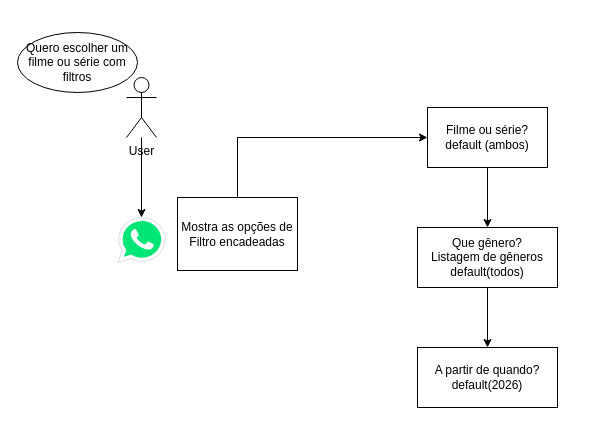
Before: movieChooser.drawio in IvanCCO/MovieChooser, a draw.io diagram. Source tidied: cells renumbered, new cells numbered last; positions are measured from the earlier drawing's top-left corner, leaving out a move shared by most shapes. Both pictures are drawn from the tidied source at 100%, with x=0, y=0 at pixel (17, 32).
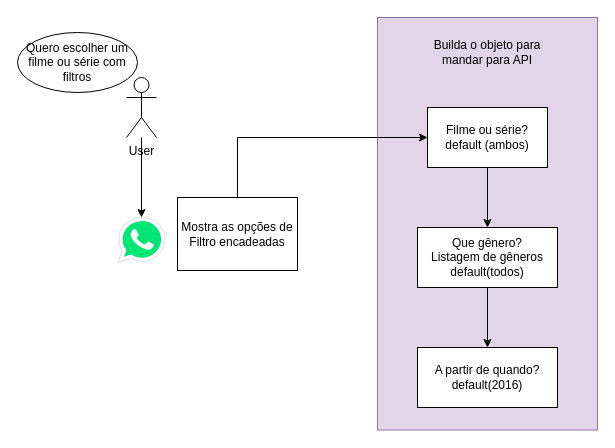
The same diagram, later.

What changed in the source:
```diff
@@
 <mxGraphModel>
   <root>
     <mxCell id="0" />
     <mxCell id="1" parent="0" />
+    <mxCell id="13" style="rounded=0;whiteSpace=wrap;html=1;imageAspect=1;fillColor=#e1d5e7;strokeColor=#9673a6;" parent="1" vertex="1">
+      <mxGeometry x="360" y="-15" width="220" height="412.5" as="geometry" />
+    </mxCell>
     <mxCell id="2" style="edgeStyle=orthogonalEdgeStyle;rounded=0;jettySize=auto;html=1;" parent="1" edge="1" source="3" target="4">
       <mxGeometry relative="1" as="geometry" />
     </mxCell>
     <mxCell id="3" value="&lt;div&gt;User&lt;/div&gt;" style="shape=umlActor;verticalLabelPosition=bottom;verticalAlign=top;html=1;" parent="1" vertex="1">
       <mxGeometry x="109" y="45" width="30" height="60" as="geometry" />
     </mxCell>
     <mxCell id="4" style="dashed=0;outlineConnect=0;html=1;align=center;labelPosition=center;verticalLabelPosition=bottom;verticalAlign=top;shape=mxgraph.weblogos.whatsapp;fillColor=#00E676;strokeColor=#dddddd;" parent="1" vertex="1">
       <mxGeometry x="100.4" y="185" width="47.2" height="45" as="geometry" />
     </mxCell>
     <mxCell id="5" value="Quero escolher um filme ou série com filtros" style="ellipse;whiteSpace=wrap;html=1;" parent="1" vertex="1">
       <mxGeometry width="120" height="60" as="geometry" />
     </mxCell>
     <mxCell id="6" style="edgeStyle=orthogonalEdgeStyle;rounded=0;jettySize=auto;html=1;entryX=0;entryY=0.5;entryDx=0;entryDy=0;" parent="1" edge="1" source="7" target="9">
       <mxGeometry relative="1" as="geometry">
         <Array as="points">
           <mxPoint x="220" y="105" />
         </Array>
       </mxGeometry>
     </mxCell>
     <mxCell id="7" value="Mostra as opções de Filtro encadeadas" style="rounded=0;whiteSpace=wrap;html=1;" parent="1" vertex="1">
       <mxGeometry x="160" y="165" width="120" height="73" as="geometry" />
     </mxCell>
     <mxCell id="8" style="edgeStyle=orthogonalEdgeStyle;rounded=0;jettySize=auto;html=1;" parent="1" edge="1" source="9" target="11">
       <mxGeometry relative="1" as="geometry" />
     </mxCell>
     <mxCell id="9" value="&lt;div&gt;Filme ou série?&lt;/div&gt;&lt;div&gt;default (ambos)&lt;br&gt;&lt;/div&gt;" style="rounded=0;whiteSpace=wrap;html=1;" parent="1" vertex="1">
       <mxGeometry x="410" y="75" width="120" height="60" as="geometry" />
     </mxCell>
     <mxCell id="10" style="edgeStyle=orthogonalEdgeStyle;rounded=0;jettySize=auto;html=1;" parent="1" edge="1" source="11" target="12">
       <mxGeometry relative="1" as="geometry" />
     </mxCell>
     <mxCell id="11" value="&lt;div&gt;Que gênero?&lt;/div&gt;&lt;div&gt;Listagem de gêneros&lt;/div&gt;&lt;div&gt;default(todos)&lt;br&gt;&lt;/div&gt;" style="rounded=0;whiteSpace=wrap;html=1;" parent="1" vertex="1">
       <mxGeometry x="400" y="195" width="140" height="60" as="geometry" />
     </mxCell>
-    <mxCell id="12" value="&lt;div&gt;A partir de quando?&lt;/div&gt;&lt;div&gt;default(2026)&lt;br&gt;&lt;/div&gt;" style="rounded=0;whiteSpace=wrap;html=1;" parent="1" vertex="1">
+    <mxCell id="12" value="&lt;div&gt;A partir de quando?&lt;/div&gt;&lt;div&gt;default(2016)&lt;br&gt;&lt;/div&gt;" style="rounded=0;whiteSpace=wrap;html=1;" parent="1" vertex="1">
       <mxGeometry x="400" y="315" width="140" height="60" as="geometry" />
     </mxCell>
+    <mxCell id="14" value="Builda o objeto para mandar para API" style="text;html=1;align=center;verticalAlign=middle;whiteSpace=wrap;rounded=0;" parent="1" vertex="1">
+      <mxGeometry x="410" y="5" width="120" height="30" as="geometry" />
+    </mxCell>
   </root>
 </mxGraphModel>
```
